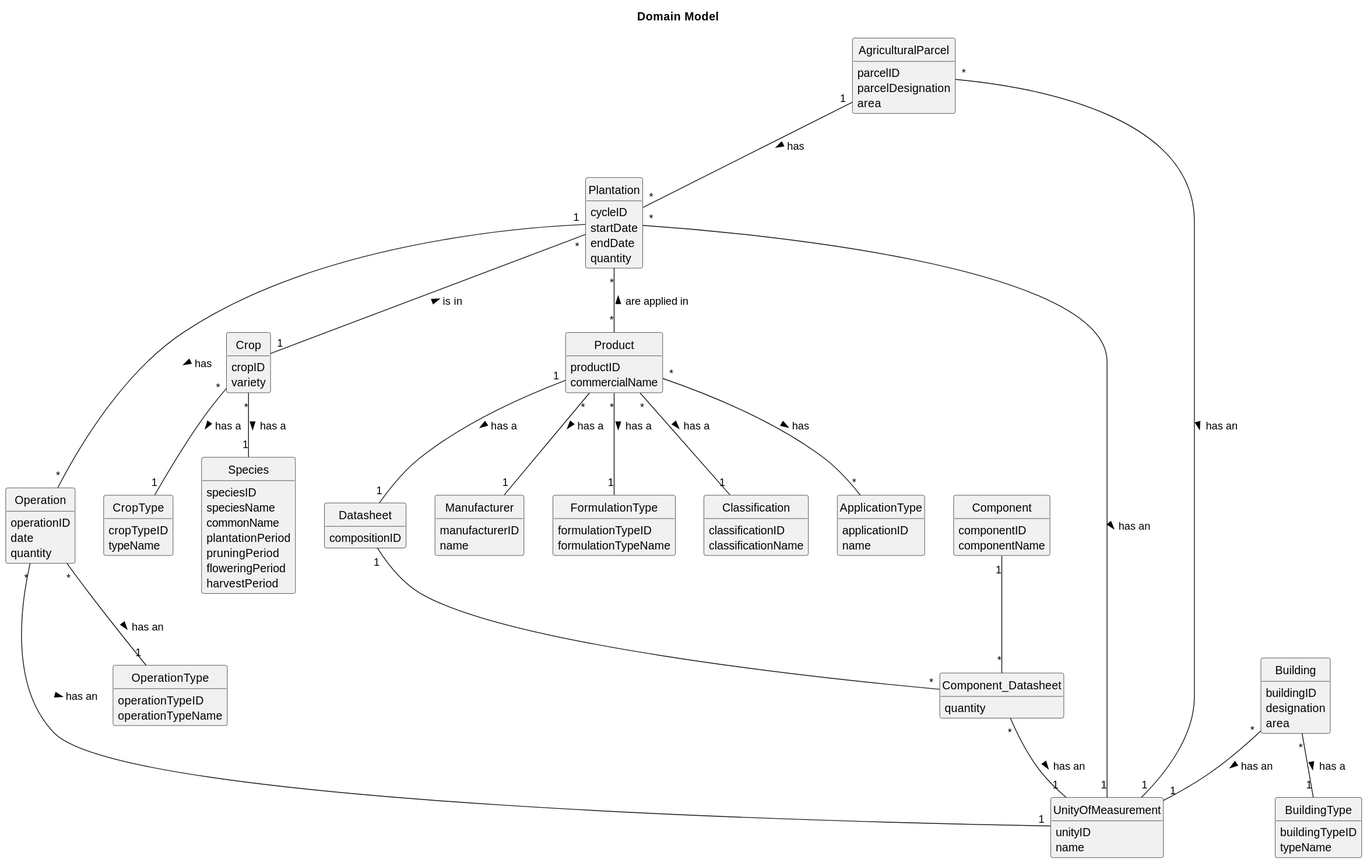
This is LAPR/US01/Domain_Model.svg from 1220812/LAPR3, a PlantUML export, as it was before one commit. Its diagram source:
```plantuml
@startuml
skinparam monochrome true
skinparam packageStyle rectangle
skinparam shadowing false
skinparam line type polyline

title Domain Model
hide circle
hide methods

class AgriculturalParcel {
parcelID
parcelDesignation
area
}

class Plantation {
cycleID
startDate
endDate
quantity
}

class Operation {
operationID
date
quantity
}

class OperationType {
operationTypeID
operationTypeName
}

class BuildingType {
buildingTypeID
typeName
}

class Building {
buildingID
designation
area
}

class UnityOfMeasurement {
unityID
name
}

class Crop {
cropID
variety
}

class Species {
speciesID
speciesName
commonName
plantationPeriod
pruningPeriod
floweringPeriod
harvestPeriod
}

class CropType {
cropTypeID
typeName
}

class Manufacturer {
manufacturerID
name
}

class FormulationType {
formulationTypeID
formulationTypeName
}

class Classification {
classificationID
classificationName
}

class ApplicationType {
applicationID
name
}

class Product {
productID
commercialName
}

class Datasheet{
compositionID
}

class Component{
componentID
componentName
}

class Component_Datasheet{
quantity
}

AgriculturalParcel "*" -- "1" UnityOfMeasurement: has an >
AgriculturalParcel "1" -- "*" Plantation: has >

Plantation "*" -- "1" UnityOfMeasurement: has an >
Plantation "1" --- "*" Operation: has >
Plantation "*" -- "1" Crop: is in <
Plantation "*" -- "*" Product: are applied in <

Operation "*" -- "1" OperationType: has an >
Operation "*" -- "1" UnityOfMeasurement: has an >

Building "*" -- "1" BuildingType: has a >
Building "*" -- "1" UnityOfMeasurement: has an >

Crop "*" -- "1" Species : has a >
Crop "*" -- "1" CropType: has a >

Product "*" -- "1" Manufacturer : has a >
Product "*" -- "1" FormulationType : has a >
Product "*" -- "1" Classification : has a >
Product "*" -- "*" ApplicationType : has >
Product "1" -- "1" Datasheet : has a >

Datasheet "1" -- "*" Component_Datasheet

Component "1" -- "*" Component_Datasheet

Component_Datasheet "*" -- "1" UnityOfMeasurement : has an >
@enduml
```
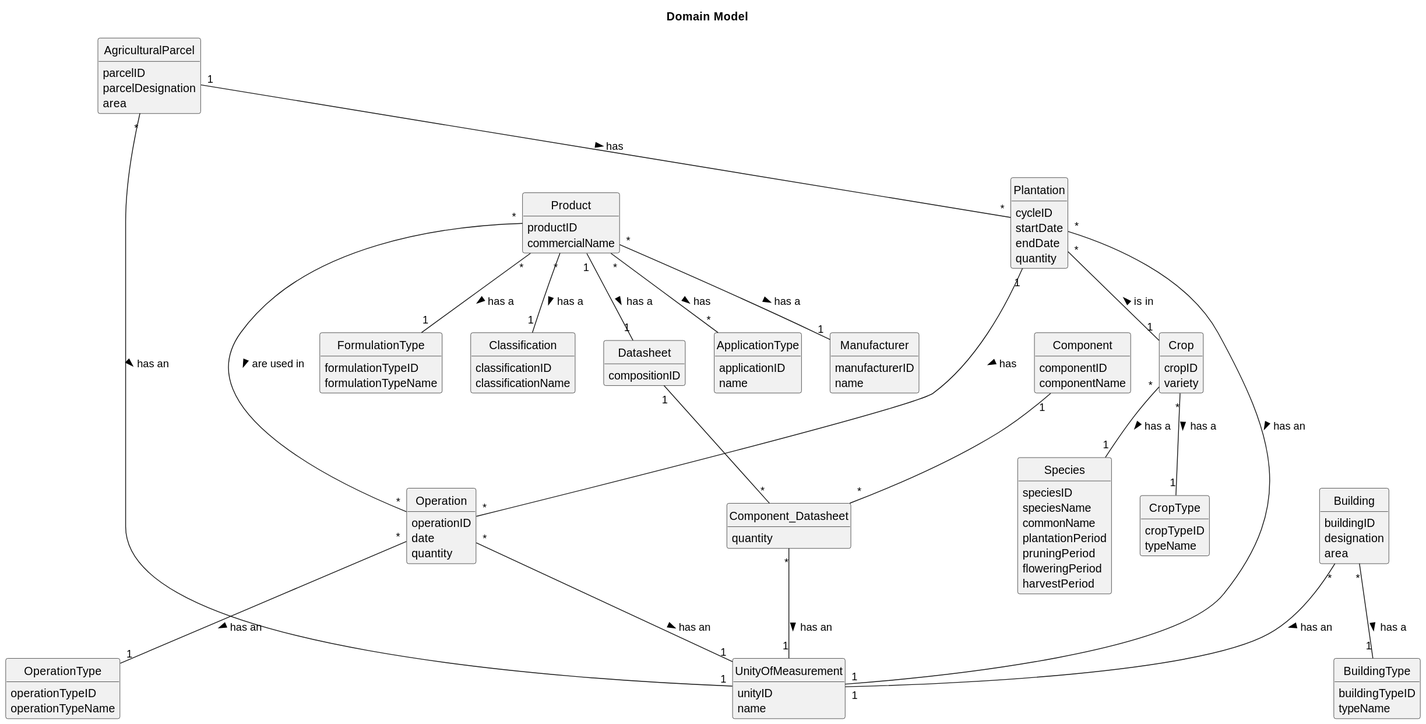
After the commit.

Commit message:
Svg from domain model

The edit, as a diff of the source:
```diff
@@ -112,7 +112,6 @@
 Plantation "*" -- "1" UnityOfMeasurement: has an >
 Plantation "1" --- "*" Operation: has >
 Plantation "*" -- "1" Crop: is in <
-Plantation "*" -- "*" Product: are applied in <
 
 Operation "*" -- "1" OperationType: has an >
 Operation "*" -- "1" UnityOfMeasurement: has an >
@@ -128,6 +127,7 @@
 Product "*" -- "1" Classification : has a >
 Product "*" -- "*" ApplicationType : has >
 Product "1" -- "1" Datasheet : has a >
+Product "*" -- "*" Operation : are used in >
 
 Datasheet "1" -- "*" Component_Datasheet
 
```
